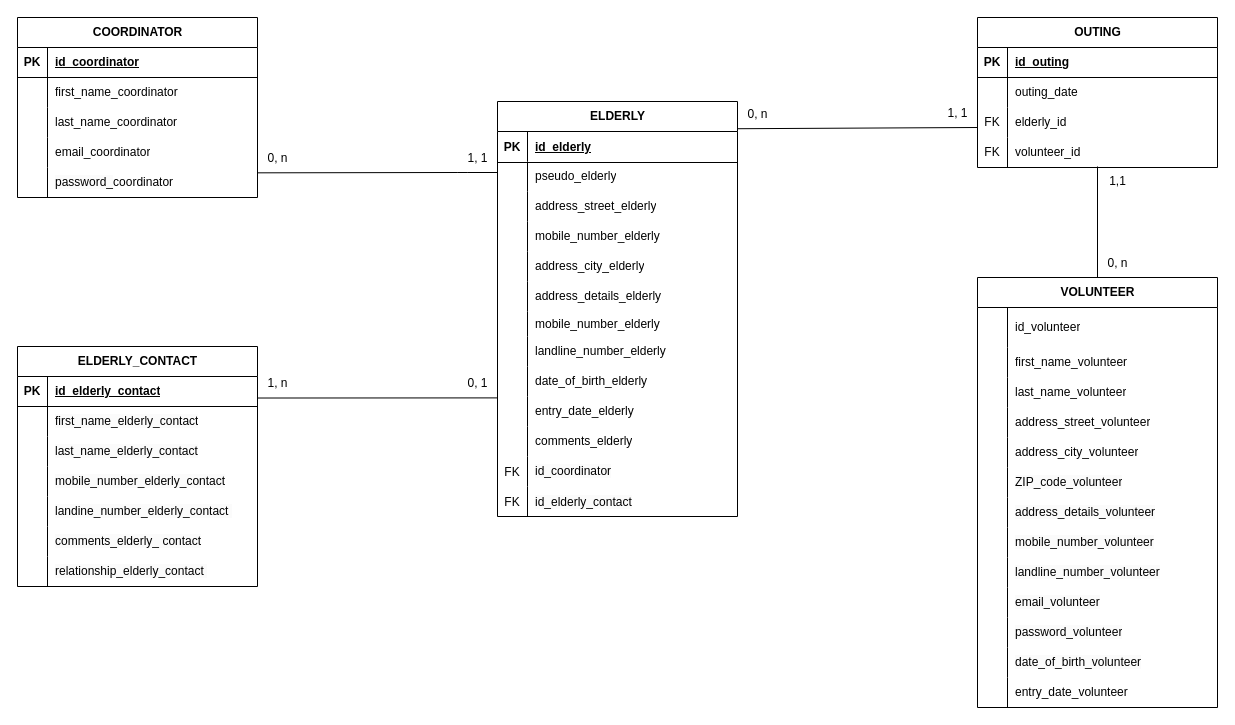
This is page "MLD_MaE" (2 of 4) of MCD_MaE.drawio from AnneGicquel/MCD_Marche_avec_Eliane, a draw.io file, before an edit. Source tidied: cells renumbered, new cells numbered last; positions are measured from the earlier drawing's top-left corner, leaving out a move shared by most shapes. Both pictures are drawn from the tidied source at 100%, with x=0, y=0 at pixel (17, 17).
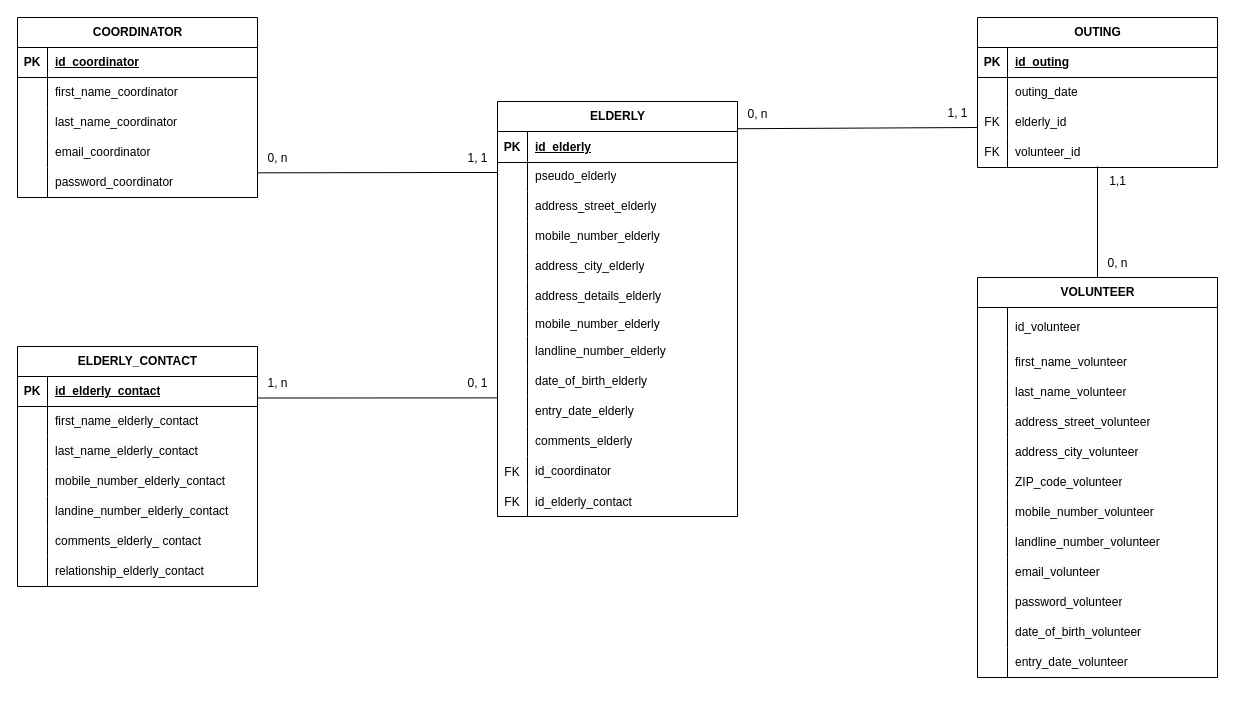
The same page after the edit.

Diff of the diagram source:
```diff
@@
     <mxCell id="72" value="&lt;span style=&quot;text-align: left; text-wrap: wrap;&quot;&gt;VOLUNTEER&lt;/span&gt;" style="shape=table;startSize=30;childLayout=tableLayout;rowLines=0;fontStyle=1;align=center;html=1;rounded=0;" parent="1" vertex="1">
-      <mxGeometry x="960" y="260" width="240" height="430" as="geometry" />
+      <mxGeometry x="960" y="260" width="240" height="400" as="geometry" />
     </mxCell>
@@
-    <mxCell id="91" style="shape=tableRow;horizontal=0;startSize=0;swimlaneHead=0;swimlaneBody=0;fillColor=none;top=0;left=0;right=0;bottom=0;rounded=0;" parent="72" vertex="1">
-      <mxGeometry y="220" width="240" height="30" as="geometry" />
-    </mxCell>
-    <mxCell id="92" style="shape=partialRectangle;fillColor=none;top=0;left=0;bottom=0;right=0;overflow=hidden;whiteSpace=wrap;html=1;rounded=0;" parent="91" vertex="1">
-      <mxGeometry width="30" height="30" as="geometry" />
-    </mxCell>
-    <mxCell id="93" value="&lt;span style=&quot;color: rgb(0, 0, 0); font-family: Helvetica; font-size: 12px; font-style: normal; font-variant-ligatures: normal; font-variant-caps: normal; font-weight: 400; letter-spacing: normal; orphans: 2; text-align: left; text-indent: 0px; text-transform: none; widows: 2; word-spacing: 0px; -webkit-text-stroke-width: 0px; white-space: normal; background-color: rgb(251, 251, 251); text-decoration-thickness: initial; text-decoration-style: initial; text-decoration-color: initial; display: inline !important; float: none;&quot;&gt;address_details_volunteer&lt;/span&gt;" style="shape=partialRectangle;fillColor=none;top=0;left=0;bottom=0;right=0;align=left;spacingLeft=6;overflow=hidden;whiteSpace=wrap;html=1;rounded=0;" parent="91" vertex="1">
-      <mxGeometry x="30" width="210" height="30" as="geometry" />
-    </mxCell>
     <mxCell id="94" style="shape=tableRow;horizontal=0;startSize=0;swimlaneHead=0;swimlaneBody=0;fillColor=none;top=0;left=0;right=0;bottom=0;rounded=0;" parent="72" vertex="1">
-      <mxGeometry y="250" width="240" height="30" as="geometry" />
+      <mxGeometry y="220" width="240" height="30" as="geometry" />
     </mxCell>
@@
     <mxCell id="97" style="shape=tableRow;horizontal=0;startSize=0;swimlaneHead=0;swimlaneBody=0;fillColor=none;top=0;left=0;right=0;bottom=0;rounded=0;" parent="72" vertex="1">
-      <mxGeometry y="280" width="240" height="30" as="geometry" />
+      <mxGeometry y="250" width="240" height="30" as="geometry" />
     </mxCell>
@@
     <mxCell id="100" style="shape=tableRow;horizontal=0;startSize=0;swimlaneHead=0;swimlaneBody=0;fillColor=none;top=0;left=0;right=0;bottom=0;rounded=0;" parent="72" vertex="1">
-      <mxGeometry y="310" width="240" height="30" as="geometry" />
+      <mxGeometry y="280" width="240" height="30" as="geometry" />
     </mxCell>
@@
     <mxCell id="103" style="shape=tableRow;horizontal=0;startSize=0;swimlaneHead=0;swimlaneBody=0;fillColor=none;top=0;left=0;right=0;bottom=0;rounded=0;" parent="72" vertex="1">
-      <mxGeometry y="340" width="240" height="30" as="geometry" />
+      <mxGeometry y="310" width="240" height="30" as="geometry" />
     </mxCell>
@@
     <mxCell id="106" style="shape=tableRow;horizontal=0;startSize=0;swimlaneHead=0;swimlaneBody=0;fillColor=none;top=0;left=0;right=0;bottom=0;rounded=0;" parent="72" vertex="1">
-      <mxGeometry y="370" width="240" height="30" as="geometry" />
+      <mxGeometry y="340" width="240" height="30" as="geometry" />
     </mxCell>
@@
     <mxCell id="109" style="shape=tableRow;horizontal=0;startSize=0;swimlaneHead=0;swimlaneBody=0;fillColor=none;top=0;left=0;right=0;bottom=0;rounded=0;" parent="72" vertex="1">
-      <mxGeometry y="400" width="240" height="30" as="geometry" />
+      <mxGeometry y="370" width="240" height="30" as="geometry" />
     </mxCell>
```
